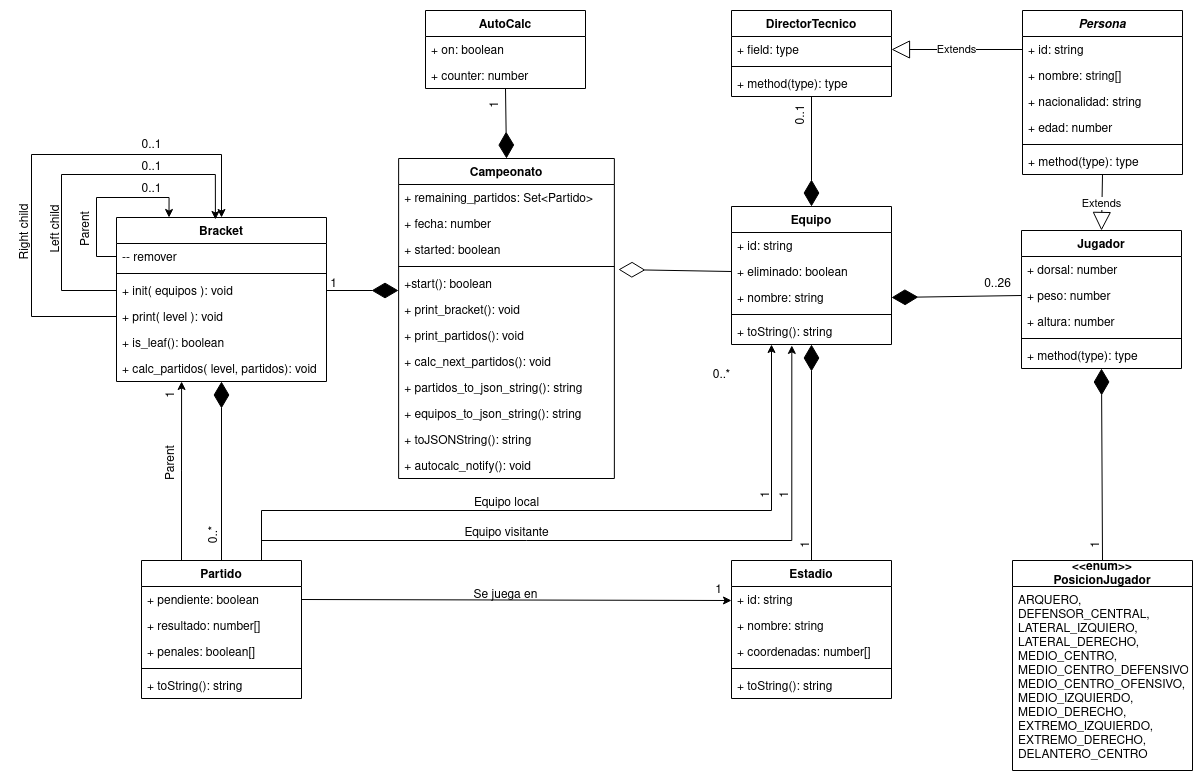
joaquinmaier/campeonato-api keeps this draw.io diagram as doc/Diagrama de Clases.drawio.png. Above is the earlier version. Source tidied: cells renumbered, new cells last; positions are measured from the earlier drawing's top-left corner, leaving out a move shared by most shapes.
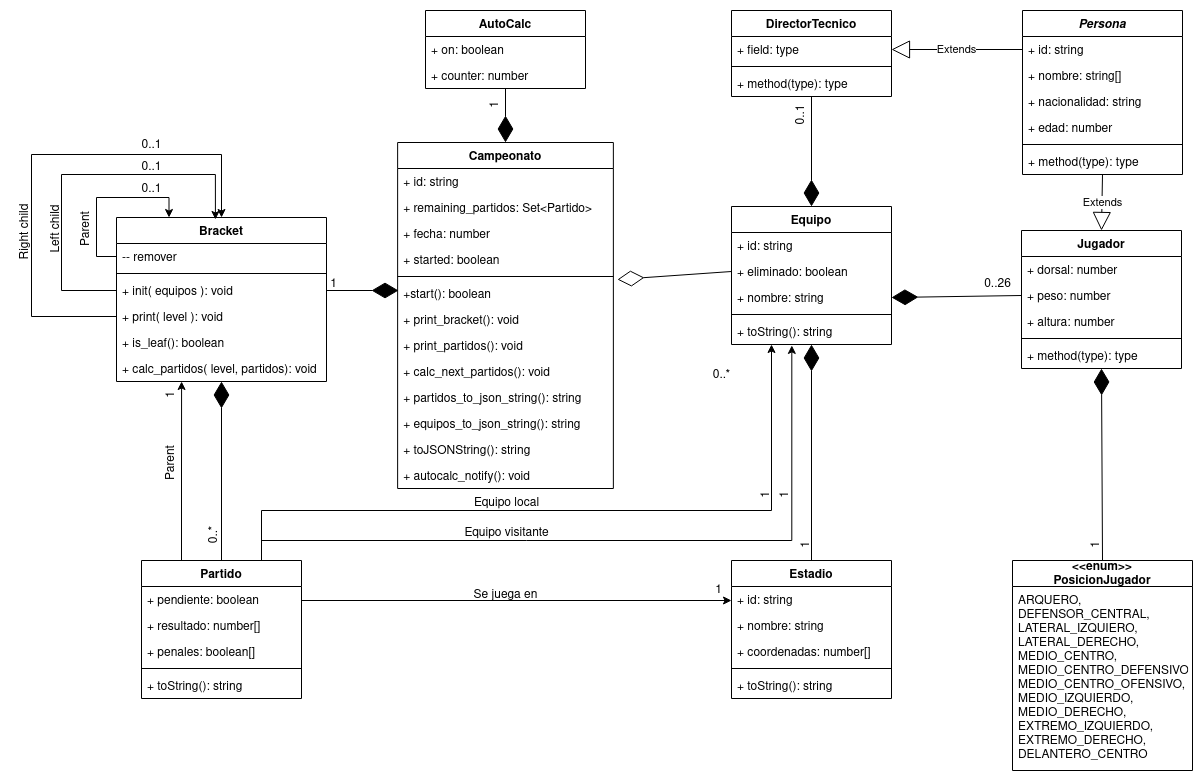
After the commit.

Commit message:
Modifications to the UML, a few routes/controllers and added LICENSE

Change to the diagram source:
```diff
@@ -3,43 +3,46 @@
     <mxCell id="0" />
     <mxCell id="1" parent="0" />
     <mxCell id="2" value="Campeonato" style="swimlane;fontStyle=1;align=center;verticalAlign=top;horizontal=1;startSize=26;" parent="1" vertex="1">
-      <mxGeometry x="413.1" y="148" width="215.7" height="320" as="geometry" />
+      <mxGeometry x="412.1" y="132" width="215.7" height="346" as="geometry" />
     </mxCell>
+    <mxCell id="101" value="+ id: string" style="text;strokeColor=none;fillColor=none;align=left;verticalAlign=top;spacingLeft=4;spacingRight=4;overflow=hidden;" parent="2" vertex="1">
+      <mxGeometry y="26" width="215.7" height="26" as="geometry" />
+    </mxCell>
     <mxCell id="3" value="+ remaining_partidos: Set&lt;Partido&gt;" style="text;strokeColor=none;fillColor=none;align=left;verticalAlign=top;spacingLeft=4;spacingRight=4;overflow=hidden;" parent="2" vertex="1">
-      <mxGeometry y="26" width="215.7" height="26" as="geometry" />
+      <mxGeometry y="52" width="215.7" height="26" as="geometry" />
     </mxCell>
     <mxCell id="4" value="+ fecha: number" style="text;strokeColor=none;fillColor=none;align=left;verticalAlign=top;spacingLeft=4;spacingRight=4;overflow=hidden;" parent="2" vertex="1">
-      <mxGeometry y="52" width="215.7" height="26" as="geometry" />
+      <mxGeometry y="78" width="215.7" height="26" as="geometry" />
     </mxCell>
     <mxCell id="5" value="+ started: boolean" style="text;strokeColor=none;fillColor=none;align=left;verticalAlign=top;spacingLeft=4;spacingRight=4;overflow=hidden;" parent="2" vertex="1">
-      <mxGeometry y="78" width="215.7" height="26" as="geometry" />
+      <mxGeometry y="104" width="215.7" height="26" as="geometry" />
     </mxCell>
     <mxCell id="6" style="line;strokeWidth=1;fillColor=none;align=left;verticalAlign=middle;spacingTop=-1;spacingLeft=3;spacingRight=3;labelPosition=right;strokeColor=inherit;" parent="2" vertex="1">
-      <mxGeometry y="104" width="215.7" height="8" as="geometry" />
+      <mxGeometry y="130" width="215.7" height="8" as="geometry" />
     </mxCell>
     <mxCell id="7" value="+start(): boolean" style="text;strokeColor=none;fillColor=none;align=left;verticalAlign=top;spacingLeft=4;spacingRight=4;overflow=hidden;points=[[0,0.5],[1,0.5]];portConstraint=eastwest;" parent="2" vertex="1">
-      <mxGeometry y="112" width="215.7" height="26" as="geometry" />
+      <mxGeometry y="138" width="215.7" height="26" as="geometry" />
     </mxCell>
     <mxCell id="8" value="+ print_bracket(): void" style="text;strokeColor=none;fillColor=none;align=left;verticalAlign=top;spacingLeft=4;spacingRight=4;overflow=hidden;" parent="2" vertex="1">
-      <mxGeometry y="138" width="215.7" height="26" as="geometry" />
+      <mxGeometry y="164" width="215.7" height="26" as="geometry" />
     </mxCell>
     <mxCell id="9" value="+ print_partidos(): void" style="text;strokeColor=none;fillColor=none;align=left;verticalAlign=top;spacingLeft=4;spacingRight=4;overflow=hidden;" parent="2" vertex="1">
-      <mxGeometry y="164" width="215.7" height="26" as="geometry" />
+      <mxGeometry y="190" width="215.7" height="26" as="geometry" />
     </mxCell>
     <mxCell id="10" value="+ calc_next_partidos(): void" style="text;strokeColor=none;fillColor=none;align=left;verticalAlign=top;spacingLeft=4;spacingRight=4;overflow=hidden;" parent="2" vertex="1">
-      <mxGeometry y="190" width="215.7" height="26" as="geometry" />
+      <mxGeometry y="216" width="215.7" height="26" as="geometry" />
     </mxCell>
     <mxCell id="11" value="+ partidos_to_json_string(): string" style="text;strokeColor=none;fillColor=none;align=left;verticalAlign=top;spacingLeft=4;spacingRight=4;overflow=hidden;" parent="2" vertex="1">
-      <mxGeometry y="216" width="215.7" height="26" as="geometry" />
+      <mxGeometry y="242" width="215.7" height="26" as="geometry" />
     </mxCell>
     <mxCell id="12" value="+ equipos_to_json_string(): string" style="text;strokeColor=none;fillColor=none;align=left;verticalAlign=top;spacingLeft=4;spacingRight=4;overflow=hidden;" parent="2" vertex="1">
-      <mxGeometry y="242" width="215.7" height="26" as="geometry" />
+      <mxGeometry y="268" width="215.7" height="26" as="geometry" />
     </mxCell>
     <mxCell id="13" value="+ toJSONString(): string" style="text;strokeColor=none;fillColor=none;align=left;verticalAlign=top;spacingLeft=4;spacingRight=4;overflow=hidden;" parent="2" vertex="1">
-      <mxGeometry y="268" width="215.7" height="26" as="geometry" />
+      <mxGeometry y="294" width="215.7" height="26" as="geometry" />
     </mxCell>
     <mxCell id="14" value="+ autocalc_notify(): void" style="text;strokeColor=none;fillColor=none;align=left;verticalAlign=top;spacingLeft=4;spacingRight=4;overflow=hidden;" parent="2" vertex="1">
-      <mxGeometry y="294" width="215.7" height="26" as="geometry" />
+      <mxGeometry y="320" width="215.7" height="26" as="geometry" />
     </mxCell>
     <mxCell id="15" value="Equipo" style="swimlane;fontStyle=1;align=center;verticalAlign=top;horizontal=1;startSize=26;" parent="1" vertex="1">
       <mxGeometry x="746" y="196" width="160" height="138" as="geometry" />
```
